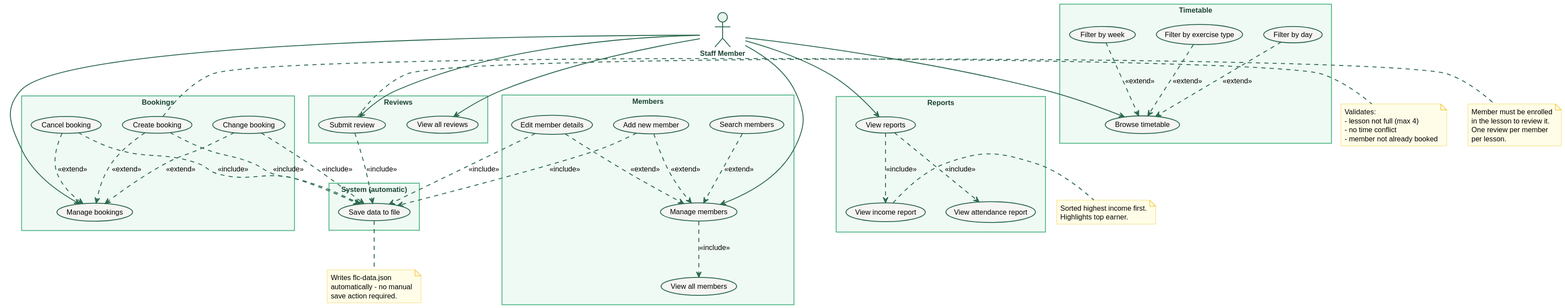
Dantesrc-sys/FurzefieldLC keeps this PlantUML diagram as docs/diagrams/use-case-diagram.svg. Above is the earlier version. Source of this version:
```plantuml
@startuml

skinparam style strictuml
skinparam backgroundColor   #FFFFFF
skinparam defaultFontName   SansSerif
skinparam defaultFontSize   12

skinparam usecase {
    BackgroundColor         #F5F5F3
    BorderColor             #2D6A4F
    BorderThickness         1.5
    ArrowColor              #2D6A4F
    ArrowThickness          1.5
}

skinparam actor {
    BackgroundColor         #E8F5EE
    BorderColor             #2D6A4F
    BorderThickness         1.5
    FontColor               #1B4332
    FontStyle               Bold
}

skinparam rectangle {
    BackgroundColor         #F0FAF4
    BorderColor             #52B788
    BorderThickness         1.5
    FontColor               #1B4332
    FontStyle               Bold
}

skinparam note {
    BackgroundColor         #FFFDE7
    BorderColor             #F4C430
}


actor "Staff Member" as Staff


rectangle "Timetable" {
    usecase "Browse timetable"        as UC_BROWSE
    usecase "Filter by day"           as UC_FILTER_DAY
    usecase "Filter by exercise type" as UC_FILTER_EX
    usecase "Filter by week"          as UC_FILTER_WK
}

rectangle "Bookings" {
    usecase "Manage bookings"         as UC_BOOK_MGR
    usecase "Create booking"          as UC_CREATE
    usecase "Change booking"          as UC_CHANGE
    usecase "Cancel booking"          as UC_CANCEL
}

rectangle "Members" {
    usecase "Manage members"          as UC_MEM_MGR
    usecase "View all members"        as UC_VIEW_MEM
    usecase "Add new member"          as UC_ADD_MEM
    usecase "Edit member details"     as UC_EDIT_MEM
    usecase "Search members"          as UC_SEARCH
}

rectangle "Reviews" {
    usecase "Submit review"           as UC_REVIEW
    usecase "View all reviews"        as UC_VIEW_REV
}

rectangle "Reports" {
    usecase "View reports"            as UC_REPORTS
    usecase "View attendance report"  as UC_ATTEND
    usecase "View income report"      as UC_INCOME
}

rectangle "System (automatic)" {
    usecase "Save data to file"       as UC_SAVE
}


Staff --> UC_BROWSE
Staff --> UC_BOOK_MGR
Staff --> UC_MEM_MGR
Staff --> UC_REVIEW
Staff --> UC_VIEW_REV
Staff --> UC_REPORTS


UC_FILTER_DAY ..> UC_BROWSE   : <<extend>>
UC_FILTER_EX  ..> UC_BROWSE   : <<extend>>
UC_FILTER_WK  ..> UC_BROWSE   : <<extend>>


UC_CREATE ..> UC_BOOK_MGR     : <<extend>>
UC_CHANGE ..> UC_BOOK_MGR     : <<extend>>
UC_CANCEL ..> UC_BOOK_MGR     : <<extend>>

UC_CREATE ..> UC_SAVE         : <<include>>
UC_CHANGE ..> UC_SAVE         : <<include>>
UC_CANCEL ..> UC_SAVE         : <<include>>


UC_MEM_MGR  ..> UC_VIEW_MEM   : <<include>>
UC_ADD_MEM  ..> UC_MEM_MGR    : <<extend>>
UC_EDIT_MEM ..> UC_MEM_MGR    : <<extend>>
UC_SEARCH   ..> UC_MEM_MGR    : <<extend>>

UC_ADD_MEM  ..> UC_SAVE       : <<include>>
UC_EDIT_MEM ..> UC_SAVE       : <<include>>


UC_REVIEW ..> UC_SAVE         : <<include>>


UC_REPORTS ..> UC_ATTEND      : <<include>>
UC_REPORTS ..> UC_INCOME      : <<include>>


note right of UC_CREATE
  Validates:
  - lesson not full (max 4)
  - no time conflict
  - member not already booked
end note

note right of UC_REVIEW
  Member must be enrolled
  in the lesson to review it.
  One review per member
  per lesson.
end note

note bottom of UC_SAVE
  Writes flc-data.json
  automatically - no manual
  save action required.
end note

note right of UC_INCOME
  Sorted highest income first.
  Highlights top earner.
end note
@enduml
```
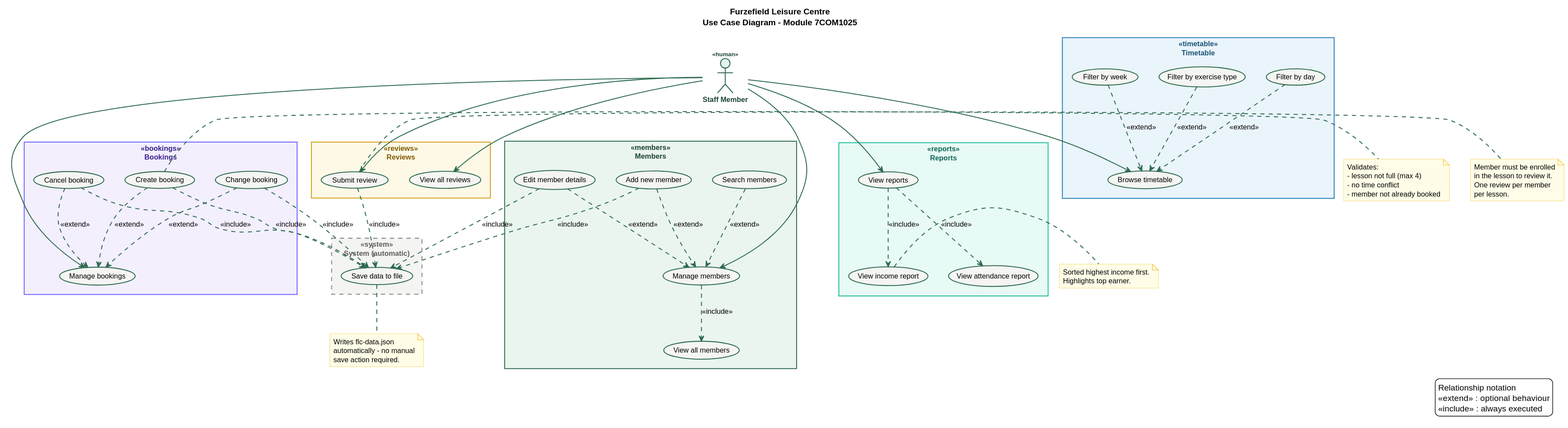
Later version of the same file.

Commit message:
visual improvements

Diff of the diagram source:
```diff
@@ -5,12 +5,16 @@
 skinparam defaultFontName   SansSerif
 skinparam defaultFontSize   12
 
+title Furzefield Leisure Centre\nUse Case Diagram - Module 7COM1025
+
 skinparam usecase {
     BackgroundColor         #F5F5F3
     BorderColor             #2D6A4F
     BorderThickness         1.5
     ArrowColor              #2D6A4F
     ArrowThickness          1.5
+    StereotypeFontColor     #2D6A4F
+    StereotypeFontSize      10
 }
 
 skinparam actor {
@@ -19,13 +23,56 @@
     BorderThickness         1.5
     FontColor               #1B4332
     FontStyle               Bold
+    StereotypeFontColor     #1B4332
+    StereotypeFontSize      10
 }
 
-skinparam rectangle {
-    BackgroundColor         #F0FAF4
-    BorderColor             #52B788
+skinparam rectangle<<timetable>> {
+    BackgroundColor         #EAF4FB
+    BorderColor             #2980B9
+    BorderThickness         1.5
+    FontColor               #1A5276
+    FontStyle               Bold
+}
+
+skinparam rectangle<<bookings>> {
+    BackgroundColor         #F3EFFD
+    BorderColor             #6C63FF
+    BorderThickness         1.5
+    FontColor               #3B1F8C
+    FontStyle               Bold
+}
+
+skinparam rectangle<<members>> {
+    BackgroundColor         #EAF5EE
+    BorderColor             #2D6A4F
     BorderThickness         1.5
     FontColor               #1B4332
+    FontStyle               Bold
+}
+
+skinparam rectangle<<reviews>> {
+    BackgroundColor         #FEF9E7
+    BorderColor             #D4A017
+    BorderThickness         1.5
+    FontColor               #7D5A00
+    FontStyle               Bold
+}
+
+skinparam rectangle<<reports>> {
+    BackgroundColor         #E8FAF5
+    BorderColor             #1ABC9C
+    BorderThickness         1.5
+    FontColor               #0E6655
+    FontStyle               Bold
+}
+
+skinparam rectangle<<system>> {
+    BackgroundColor         #F4F4F2
+    BorderColor             #888780
+    BorderThickness         1.5
+    BorderStyle             Dashed
+    FontColor               #5F5E5A
     FontStyle               Bold
 }
 
@@ -35,24 +82,24 @@
 }
 
 
-actor "Staff Member" as Staff
+actor "Staff Member" <<human>> as Staff
 
 
-rectangle "Timetable" {
+rectangle "Timetable" <<timetable>> {
     usecase "Browse timetable"        as UC_BROWSE
     usecase "Filter by day"           as UC_FILTER_DAY
     usecase "Filter by exercise type" as UC_FILTER_EX
     usecase "Filter by week"          as UC_FILTER_WK
 }
 
-rectangle "Bookings" {
+rectangle "Bookings" <<bookings>> {
     usecase "Manage bookings"         as UC_BOOK_MGR
     usecase "Create booking"          as UC_CREATE
     usecase "Change booking"          as UC_CHANGE
     usecase "Cancel booking"          as UC_CANCEL
 }
 
-rectangle "Members" {
+rectangle "Members" <<members>> {
     usecase "Manage members"          as UC_MEM_MGR
     usecase "View all members"        as UC_VIEW_MEM
     usecase "Add new member"          as UC_ADD_MEM
@@ -60,18 +107,18 @@
     usecase "Search members"          as UC_SEARCH
 }
 
-rectangle "Reviews" {
+rectangle "Reviews" <<reviews>> {
     usecase "Submit review"           as UC_REVIEW
     usecase "View all reviews"        as UC_VIEW_REV
 }
 
-rectangle "Reports" {
+rectangle "Reports" <<reports>> {
     usecase "View reports"            as UC_REPORTS
     usecase "View attendance report"  as UC_ATTEND
     usecase "View income report"      as UC_INCOME
 }
 
-rectangle "System (automatic)" {
+rectangle "System (automatic)" <<system>> {
     usecase "Save data to file"       as UC_SAVE
 }
 
@@ -138,4 +185,11 @@
   Sorted highest income first.
   Highlights top earner.
 end note
+
+
+legend right
+  Relationship notation
+  <<extend>>  : optional behaviour
+  <<include>> : always executed
+endlegend
 @enduml
```
